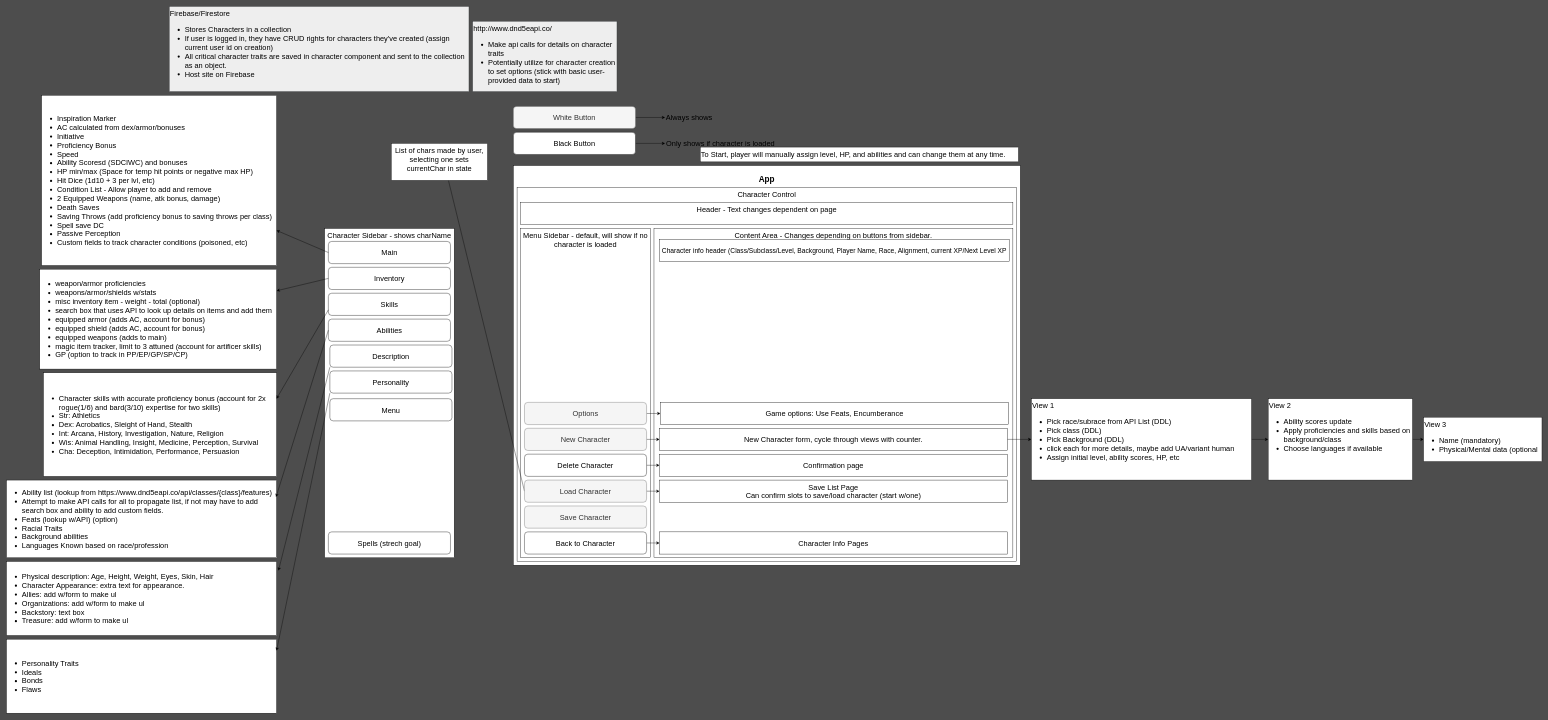
The draw.io diagram diagram.drawio in benjaminw1030/dnd-character-creator, before the edit. Source tidied: cells renumbered, new cells numbered last; positions are measured from the earlier drawing's top-left corner, leaving out a move shared by most shapes. Both pictures are drawn from the tidied source at 37%, with x=0, y=0 at pixel (6, 6).
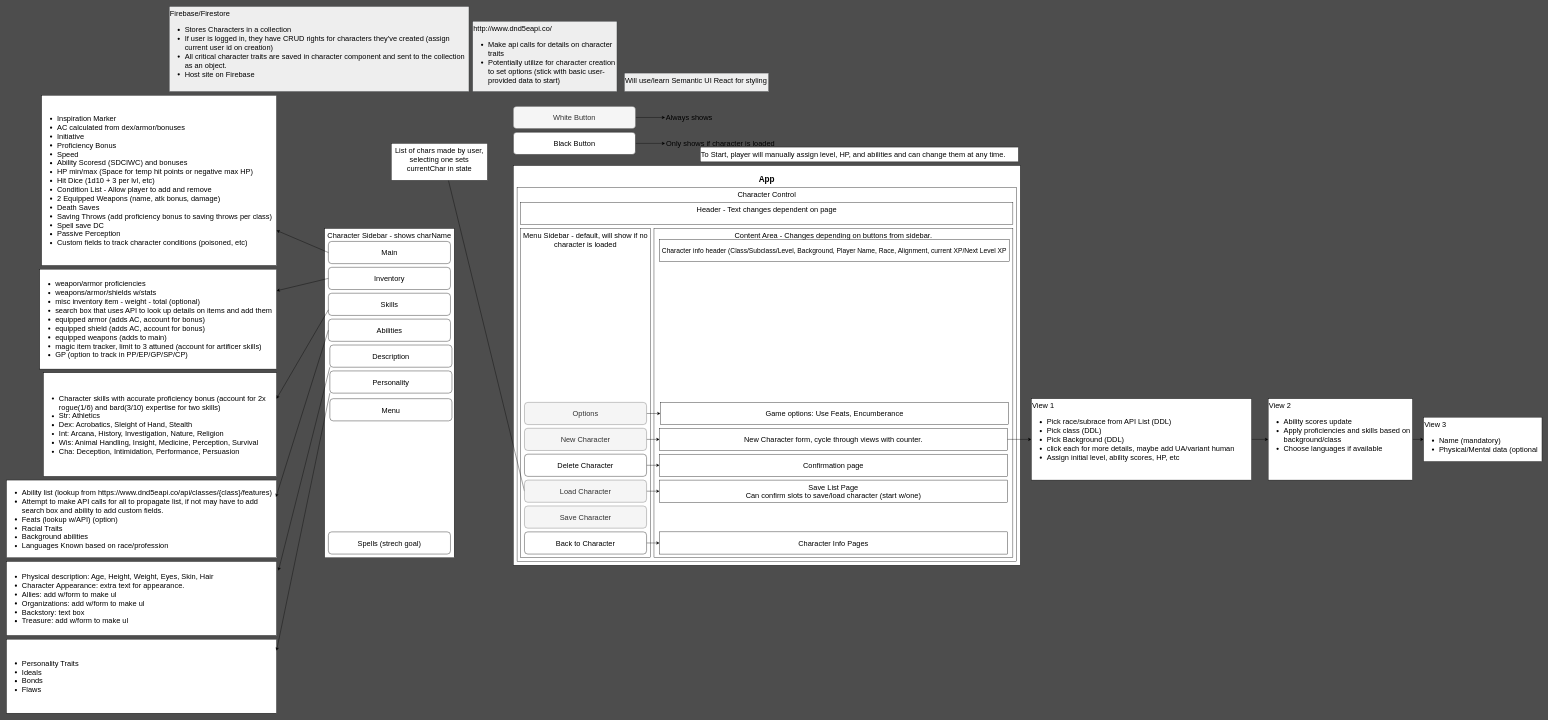
The same diagram, later.

What changed in the source:
```diff
@@
+    <mxCell id="63" value="Will use/learn Semantic UI React for styling" style="rounded=0;whiteSpace=wrap;html=1;fillColor=#eeeeee;strokeColor=#36393d;fontColor=#000000;align=left;verticalAlign=top;fontSize=20;" parent="1" vertex="1">
+      <mxGeometry x="1670" y="180" width="390" height="50" as="geometry" />
+    </mxCell>
```
